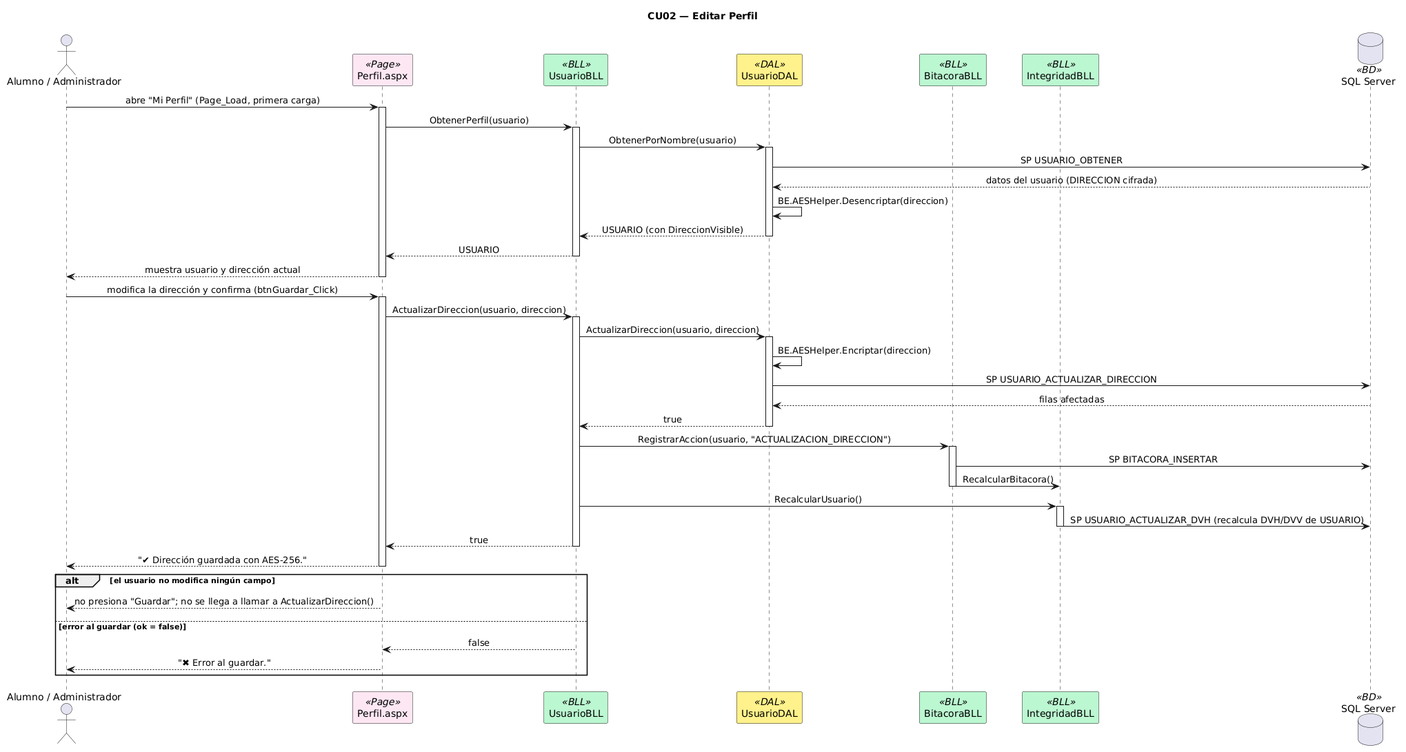
The PlantUML diagram DIAGRAMAS/Secuencia_CU02_EditarPerfil.png in Urrels/tpDYAWeb, before a commit.
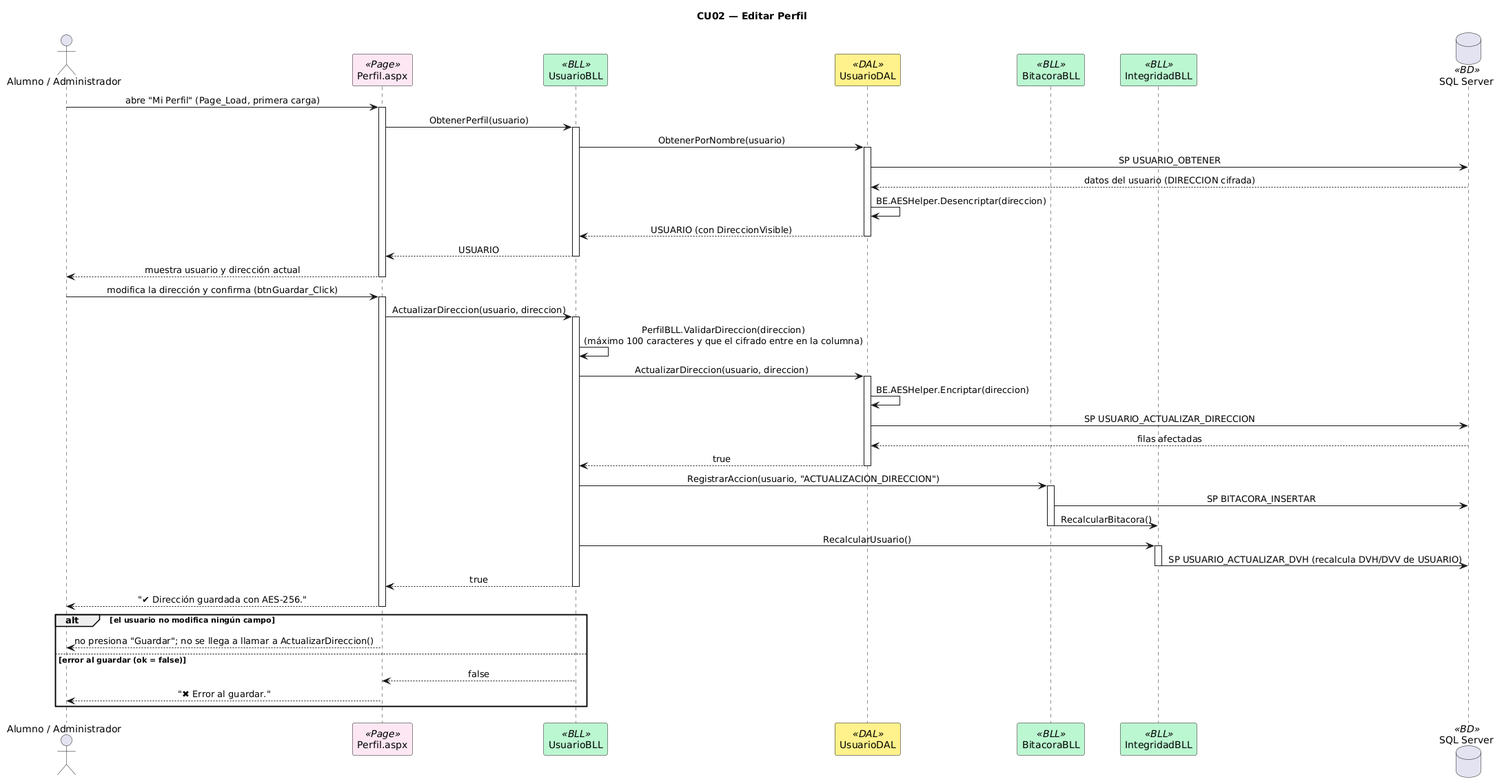
The same diagram one commit later.

Change to the diagram source:
```diff
@@ -3,12 +3,11 @@
 skinparam sequenceMessageAlign center
 skinparam shadowing false
 skinparam sequenceParticipant {
-    BackgroundColor<<Page>> #FCE7F3
-    BackgroundColor<<BLL>> #BBF7D0
-    BackgroundColor<<DAL>> #FEF08A
-    BackgroundColor<<BD>> #DBEAFE
+BackgroundColor<<Page>> #FCE7F3
+BackgroundColor<<BLL>> #BBF7D0
+BackgroundColor<<DAL>> #FEF08A
+BackgroundColor<<BD>> #DBEAFE
 }
-
 actor "Alumno / Administrador" as A
 participant "Perfil.aspx" as PAGE <<Page>>
 participant "UsuarioBLL" as BLL <<BLL>>
@@ -16,7 +15,6 @@
 participant "BitacoraBLL" as BIT <<BLL>>
 participant "IntegridadBLL" as INT <<BLL>>
 database "SQL Server" as DB <<BD>>
-
 A -> PAGE : abre "Mi Perfil" (Page_Load, primera carga)
 activate PAGE
 PAGE -> BLL : ObtenerPerfil(usuario)
@@ -32,11 +30,11 @@
 deactivate BLL
 PAGE --> A : muestra usuario y dirección actual
 deactivate PAGE
-
 A -> PAGE : modifica la dirección y confirma (btnGuardar_Click)
 activate PAGE
 PAGE -> BLL : ActualizarDireccion(usuario, direccion)
 activate BLL
+BLL -> BLL : PerfilBLL.ValidarDireccion(direccion)\n(máximo 100 caracteres y que el cifrado entre en la columna)
 BLL -> DAL : ActualizarDireccion(usuario, direccion)
 activate DAL
 DAL -> DAL : BE.AESHelper.Encriptar(direccion)
@@ -44,27 +42,23 @@
 DB --> DAL : filas afectadas
 DAL --> BLL : true
 deactivate DAL
-
 BLL -> BIT : RegistrarAccion(usuario, "ACTUALIZACION_DIRECCION")
 activate BIT
 BIT -> DB : SP BITACORA_INSERTAR
 BIT -> INT : RecalcularBitacora()
 deactivate BIT
-
 BLL -> INT : RecalcularUsuario()
 activate INT
 INT -> DB : SP USUARIO_ACTUALIZAR_DVH (recalcula DVH/DVV de USUARIO)
 deactivate INT
-
 BLL --> PAGE : true
 deactivate BLL
 PAGE --> A : "✔ Dirección guardada con AES-256."
 deactivate PAGE
-
 alt el usuario no modifica ningún campo
-  PAGE --> A : no presiona "Guardar"; no se llega a llamar a ActualizarDireccion()
+PAGE --> A : no presiona "Guardar"; no se llega a llamar a ActualizarDireccion()
 else error al guardar (ok = false)
-  BLL --> PAGE : false
-  PAGE --> A : "✖ Error al guardar."
+BLL --> PAGE : false
+PAGE --> A : "✖ Error al guardar."
 end
 @enduml
```
